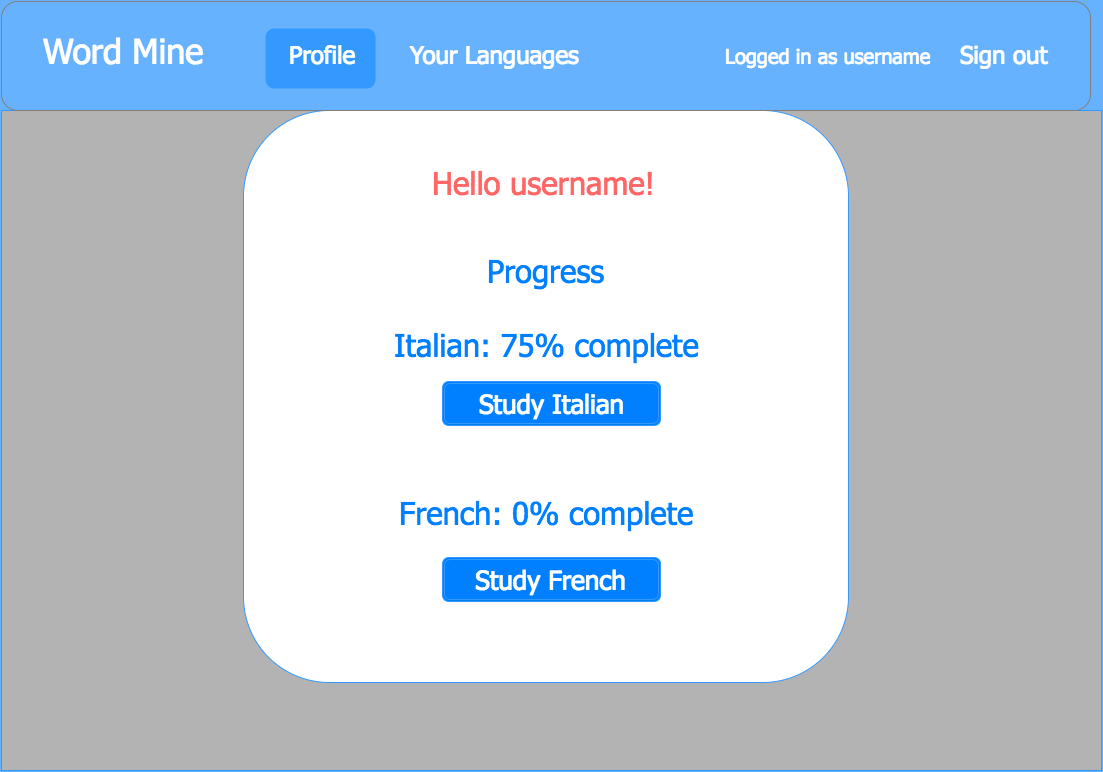
This is docs/wireframes/profile.png from Zevgon/BenchBnB_frontend_auth, a draw.io export, as it was before one commit. Source tidied: cells renumbered, new cells last; positions are measured from the earlier drawing's top-left corner, leaving out a move shared by most shapes.
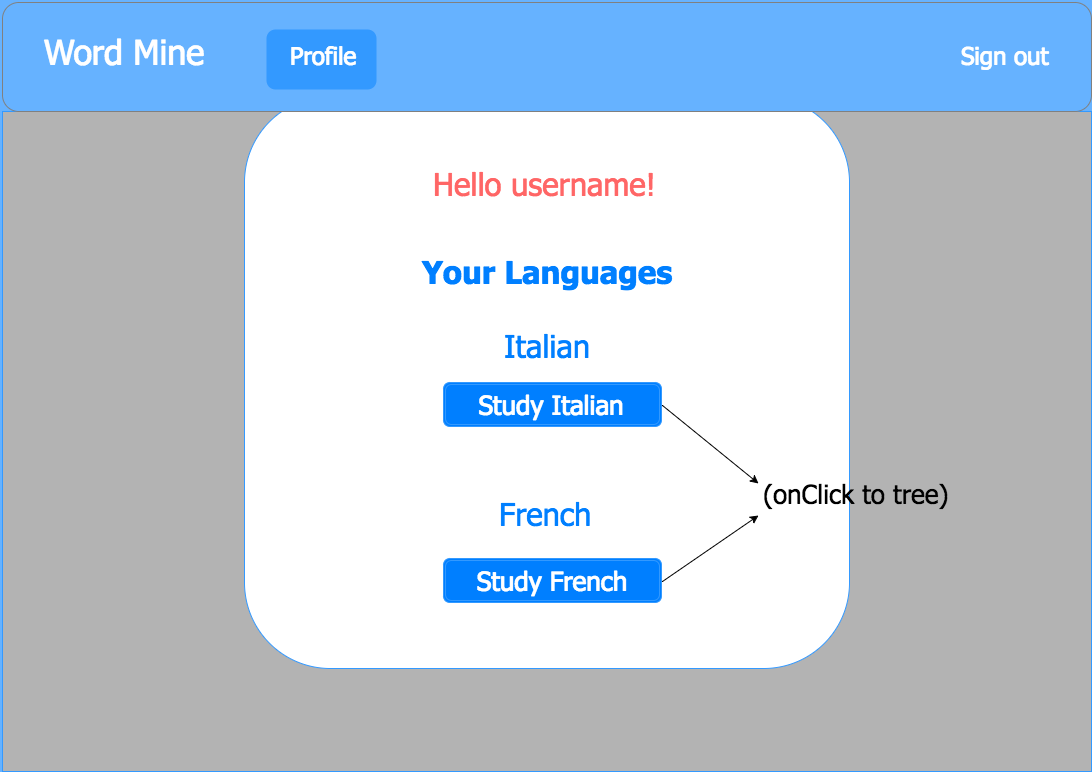
After the change.

Diff of the diagram source:
```diff
@@ -3,10 +3,10 @@
     <mxCell id="0" />
     <mxCell id="1" parent="0" />
     <mxCell id="2" style="whiteSpace=wrap;html=1;rounded=0;labelBackgroundColor=none;strokeColor=#3399FF;fillColor=#B3B3B3;gradientColor=none;fontFamily=Tahoma;fontSize=26;fontColor=#FFFFFF;align=center;" parent="1" vertex="1">
-      <mxGeometry y="109" width="1100" height="660" as="geometry" />
+      <mxGeometry y="109" width="1089" height="660" as="geometry" />
     </mxCell>
     <mxCell id="3" style="whiteSpace=wrap;html=1;rounded=1;labelBackgroundColor=none;strokeColor=#3399FF;fillColor=#FFFFFF;gradientColor=none;fontFamily=Tahoma;fontSize=26;fontColor=#FFFFFF;align=center;" parent="1" vertex="1">
-      <mxGeometry x="242" y="109" width="605" height="572" as="geometry" />
+      <mxGeometry x="242" y="94" width="605" height="572" as="geometry" />
     </mxCell>
     <mxCell id="4" style="rounded=1;whiteSpace=wrap;html=1;labelBackgroundColor=none;strokeColor=#808080;fillColor=#66B2FF;gradientColor=none;fontFamily=Tahoma;fontSize=40;fontColor=#000000;align=center;" parent="1" vertex="1">
       <mxGeometry width="1089" height="109" as="geometry" />
@@ -20,32 +20,35 @@
     <mxCell id="7" value="Profile" style="text;html=1;align=left;verticalAlign=top;spacingTop=-4;fontSize=24;fontFamily=Tahoma;fontColor=#FFFFFF;" parent="1" vertex="1">
       <mxGeometry x="286" y="37" width="99" height="33" as="geometry" />
     </mxCell>
-    <mxCell id="8" value="Your Languages" style="text;html=1;align=left;verticalAlign=top;spacingTop=-4;fontSize=24;fontFamily=Tahoma;fontColor=#FFFFFF;" parent="1" vertex="1">
-      <mxGeometry x="407" y="37" width="198" height="33" as="geometry" />
+    <mxCell id="8" value="Sign out" style="text;html=1;align=left;verticalAlign=top;spacingTop=-4;fontSize=24;fontFamily=Tahoma;fontColor=#FFFFFF;" parent="1" vertex="1">
+      <mxGeometry x="957" y="37" width="99" height="33" as="geometry" />
     </mxCell>
-    <mxCell id="9" value="Sign out" style="text;html=1;align=left;verticalAlign=top;spacingTop=-4;fontSize=24;fontFamily=Tahoma;fontColor=#FFFFFF;" parent="1" vertex="1">
-      <mxGeometry x="957" y="37" width="99" height="33" as="geometry" />
+    <mxCell id="9" value="&lt;font color=&quot;#007fff&quot;&gt;&lt;b&gt;Your Languages&lt;/b&gt;&lt;/font&gt;" style="text;html=1;align=left;verticalAlign=top;spacingTop=-4;fontSize=31;fontFamily=Tahoma;fontColor=#FFFFFF;" parent="1" vertex="1">
+      <mxGeometry x="418" y="248" width="264" height="44" as="geometry" />
     </mxCell>
-    <mxCell id="10" value="&lt;font style=&quot;font-size: 20px&quot;&gt;Logged in as username&lt;/font&gt;" style="text;html=1;align=left;verticalAlign=top;spacingTop=-4;fontSize=24;fontFamily=Tahoma;fontColor=#FFFFFF;" parent="1" vertex="1">
-      <mxGeometry x="722" y="37" width="220" height="33" as="geometry" />
+    <mxCell id="10" value="&lt;font color=&quot;#007fff&quot;&gt;Italian&lt;/font&gt;" style="text;html=1;align=left;verticalAlign=top;spacingTop=-4;fontSize=31;fontFamily=Tahoma;fontColor=#FFFFFF;" parent="1" vertex="1">
+      <mxGeometry x="500" y="322" width="99" height="44" as="geometry" />
     </mxCell>
-    <mxCell id="11" value="&lt;font color=&quot;#007fff&quot;&gt;Progress&lt;/font&gt;" style="text;html=1;align=left;verticalAlign=top;spacingTop=-4;fontSize=31;fontFamily=Tahoma;fontColor=#FFFFFF;" parent="1" vertex="1">
-      <mxGeometry x="484" y="248" width="132" height="44" as="geometry" />
+    <mxCell id="11" value="&lt;font color=&quot;#007fff&quot;&gt;French&lt;/font&gt;" style="text;html=1;align=left;verticalAlign=top;spacingTop=-4;fontSize=31;fontFamily=Tahoma;fontColor=#FFFFFF;" parent="1" vertex="1">
+      <mxGeometry x="495" y="490" width="110" height="44" as="geometry" />
     </mxCell>
-    <mxCell id="12" value="&lt;font color=&quot;#007fff&quot;&gt;Italian: 75% complete&lt;/font&gt;" style="text;html=1;points=[];align=left;verticalAlign=top;spacingTop=-4;fontSize=31;fontFamily=Tahoma;fontColor=#FFFFFF;" parent="1" vertex="1">
-      <mxGeometry x="391" y="322" width="319" height="44" as="geometry" />
+    <mxCell id="12" value="Study Italian" style="shape=ext;double=1;rounded=1;whiteSpace=wrap;html=1;labelBackgroundColor=none;strokeColor=#3399FF;fillColor=#007FFF;gradientColor=none;fontFamily=Tahoma;fontSize=26;fontColor=#FFFFFF;align=center;flipH=0;flipV=0;" parent="1" vertex="1">
+      <mxGeometry x="441" y="380" width="218" height="44" as="geometry" />
     </mxCell>
-    <mxCell id="13" value="&lt;font color=&quot;#007fff&quot;&gt;French: 0% complete&lt;/font&gt;" style="text;html=1;points=[];align=left;verticalAlign=top;spacingTop=-4;fontSize=31;fontFamily=Tahoma;fontColor=#FFFFFF;" parent="1" vertex="1">
-      <mxGeometry x="396" y="490" width="308" height="44" as="geometry" />
+    <mxCell id="13" value="Study French" style="shape=ext;double=1;rounded=1;whiteSpace=wrap;html=1;labelBackgroundColor=none;strokeColor=#3399FF;fillColor=#007FFF;gradientColor=none;fontFamily=Tahoma;fontSize=26;fontColor=#FFFFFF;align=center;" parent="1" vertex="1">
+      <mxGeometry x="441" y="556" width="218" height="44" as="geometry" />
     </mxCell>
-    <mxCell id="14" value="Study Italian" style="shape=ext;double=1;rounded=1;whiteSpace=wrap;html=1;labelBackgroundColor=none;strokeColor=#3399FF;fillColor=#007FFF;gradientColor=none;fontFamily=Tahoma;fontSize=26;fontColor=#FFFFFF;align=center;" parent="1" vertex="1">
-      <mxGeometry x="441" y="380" width="218" height="44" as="geometry" />
+    <mxCell id="14" value="&lt;font style=&quot;font-size: 31px&quot; color=&quot;#ff6666&quot;&gt;Hello username!&lt;/font&gt;" style="text;html=1;align=left;verticalAlign=top;spacingTop=-4;fontSize=26;fontFamily=Tahoma;fontColor=#FFFFFF;" parent="1" vertex="1">
+      <mxGeometry x="429" y="160" width="242" height="33" as="geometry" />
     </mxCell>
-    <mxCell id="15" value="Study French" style="shape=ext;double=1;rounded=1;whiteSpace=wrap;html=1;labelBackgroundColor=none;strokeColor=#3399FF;fillColor=#007FFF;gradientColor=none;fontFamily=Tahoma;fontSize=26;fontColor=#FFFFFF;align=center;" parent="1" vertex="1">
-      <mxGeometry x="441" y="556" width="218" height="44" as="geometry" />
+    <mxCell id="15" value="&lt;font color=&quot;#000000&quot;&gt;(onClick to tree)&lt;/font&gt;" style="text;html=1;points=[];align=left;verticalAlign=top;spacingTop=-4;fontSize=26;fontFamily=Tahoma;fontColor=#FFFFFF;" parent="1" vertex="1">
+      <mxGeometry x="759" y="473" width="198" height="33" as="geometry" />
     </mxCell>
-    <mxCell id="16" value="&lt;font style=&quot;font-size: 31px&quot; color=&quot;#ff6666&quot;&gt;Hello username!&lt;/font&gt;" style="text;html=1;align=left;verticalAlign=top;spacingTop=-4;fontSize=26;fontFamily=Tahoma;fontColor=#FFFFFF;" parent="1" vertex="1">
-      <mxGeometry x="429" y="160" width="242" height="33" as="geometry" />
+    <mxCell id="16" style="endArrow=classic;html=1;fontFamily=Tahoma;fontSize=26;fontColor=#FFFFFF;exitX=1;exitY=0.5;entryX=-0.018;entryY=1.182;entryPerimeter=0;" parent="1" edge="1" source="13" target="15">
+      <mxGeometry x="660" y="514" as="geometry" />
     </mxCell>
+    <mxCell id="17" style="endArrow=classic;html=1;fontFamily=Tahoma;fontSize=26;fontColor=#FFFFFF;exitX=1;exitY=0.5;entryX=-0.018;entryY=0.229;entryPerimeter=0;" parent="1" edge="1" source="12" target="15">
+      <mxGeometry x="670.7" y="490.9" as="geometry" />
+    </mxCell>
   </root>
 </mxGraphModel>
```
